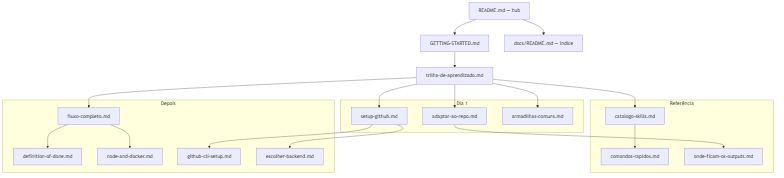
Above: .github/docs/assets/hyperion-docs-map.png in MatheusFelipeCorrea/Dev-Kit (Mermaid), before the change. Its source is kept beside it as .github/docs/assets/hyperion-docs-map.mmd.
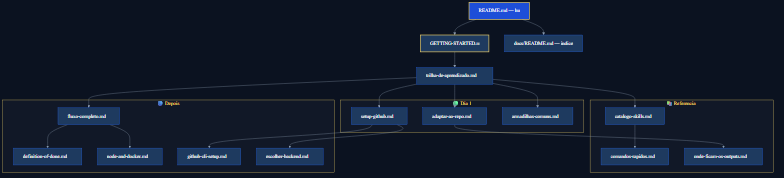
The same file after the commit.

Change to the diagram source:
```diff
@@ -1,22 +1,45 @@
+%%{init: {
+  "theme": "base",
+  "themeVariables": {
+    "darkMode": true,
+    "background": "#0B1220",
+    "primaryColor": "#1E3A5F",
+    "primaryTextColor": "#F8FAFC",
+    "primaryBorderColor": "#2563EB",
+    "secondaryColor": "#111827",
+    "secondaryTextColor": "#F8FAFC",
+    "secondaryBorderColor": "#F5D76E",
+    "tertiaryColor": "#0B1220",
+    "lineColor": "#94A3B8",
+    "textColor": "#F8FAFC",
+    "mainBkg": "#1E3A5F",
+    "nodeBorder": "#2563EB",
+    "clusterBkg": "#111827",
+    "clusterBorder": "#F5D76E",
+    "titleColor": "#F5D76E",
+    "edgeLabelBackground": "#0B1220",
+    "fontFamily": "Segoe UI, Helvetica, Arial, sans-serif"
+  }
+}}%%
 flowchart TB
   README["README.md — hub"]
   GS["GETTING-STARTED.md"]
-  INDEX["docs/README.md — índice"]
+  INDEX["docs/README.md — indice"]
   TRILHA["trilha-de-aprendizado.md"]
 
-  subgraph dia1 ["Dia 1"]
+  subgraph dia1 ["🟢 Dia 1"]
     SETUP["setup-github.md"]
     ADAPT["adaptar-ao-repo.md"]
     PIT["armadilhas-comuns.md"]
   end
 
-  subgraph ref ["Referência"]
+  subgraph ref ["📚 Referencia"]
     CMD["comandos-rapidos.md"]
     CAT["catalogo-skills.md"]
     OUT["onde-ficam-os-outputs.md"]
   end
 
-  subgraph depois ["Depois"]
+  subgraph depois ["🔵 Depois"]
     FLOW["fluxo-completo.md"]
     DOD["definition-of-done.md"]
     NODE["node-and-docker.md"]
@@ -38,3 +61,6 @@
   FLOW --> DOD
   FLOW --> NODE
   SETUP --> BE
+
+  style README fill:#1D4ED8,stroke:#F5D76E,stroke-width:2px,color:#F8FAFC
+  style GS fill:#1E3A5F,stroke:#F5D76E,stroke-width:2px,color:#F8FAFC
```
